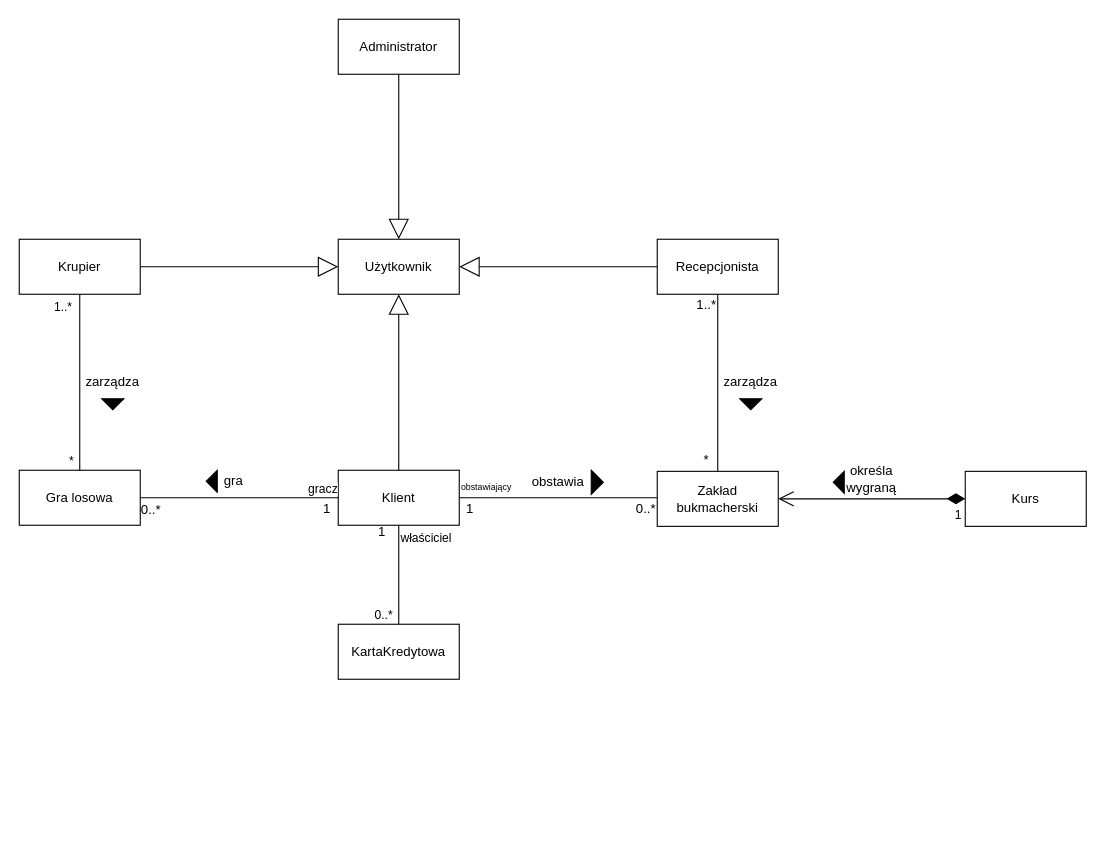
Earlier version of the draw.io diagram cw5/DiagramKlasKonceptualny.drawio (TISharker/PSI_Projekt). Source tidied: cells renumbered, new cells numbered last; positions are measured from the earlier drawing's top-left corner, leaving out a move shared by most shapes. Both pictures are drawn from the tidied source at 110%, with x=0, y=0 at pixel (19, 19).
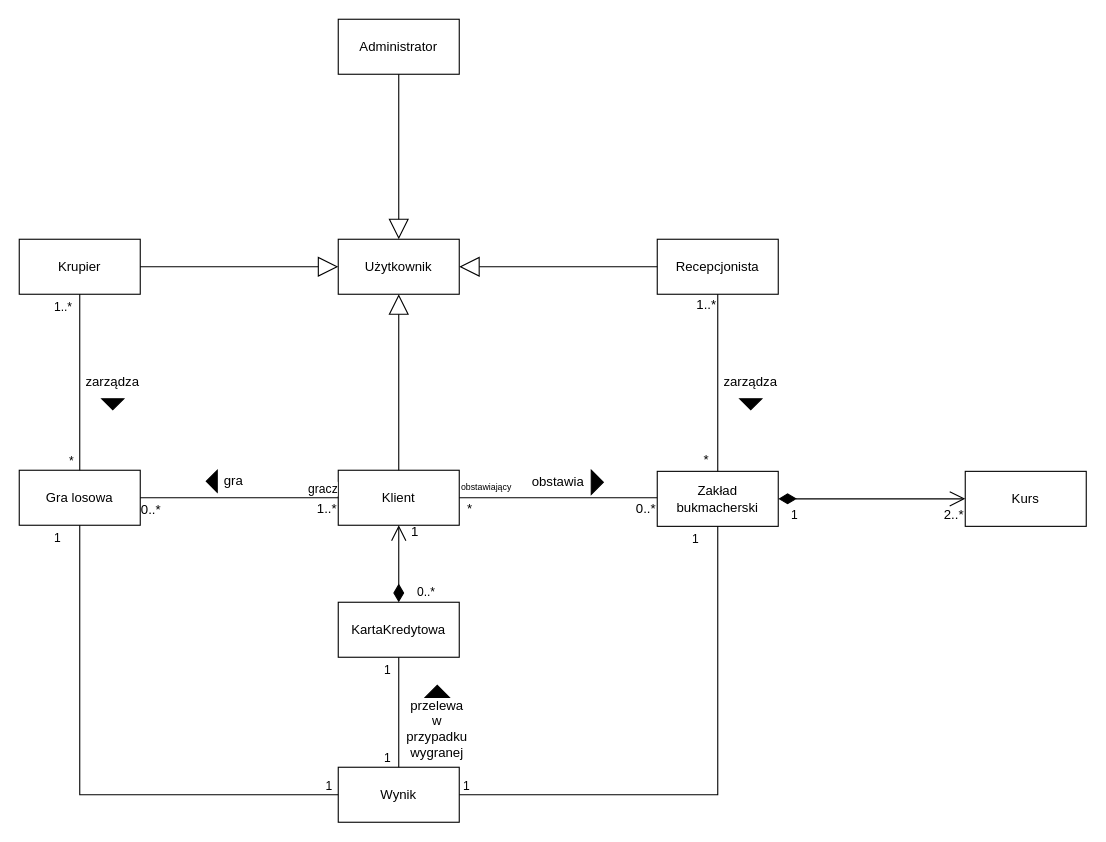
The same diagram, later.

The change refers to these unchanged cells:
```xml
<mxCell id="3" value="Klient" style="html=1;whiteSpace=wrap;" parent="1" vertex="1">
  <mxGeometry x="290" y="410" width="110" height="50" as="geometry" />
</mxCell>
<mxCell id="16" value="Zakład bukmacherski" style="html=1;whiteSpace=wrap;" parent="1" vertex="1">
  <mxGeometry x="580" y="411" width="110" height="50" as="geometry" />
</mxCell>
<mxCell id="23" value="Gra losowa" style="html=1;whiteSpace=wrap;" parent="1" vertex="1">
  <mxGeometry y="410" width="110" height="50" as="geometry" />
</mxCell>
<mxCell id="33" value="Kurs" style="html=1;whiteSpace=wrap;" parent="1" vertex="1">
  <mxGeometry x="860" y="411" width="110" height="50" as="geometry" />
</mxCell>
```

The edit, as a diff of the source:
```diff
@@
-    <mxCell id="13" value="1" style="text;html=1;align=center;verticalAlign=middle;whiteSpace=wrap;rounded=0;" parent="1" vertex="1">
+    <mxCell id="13" value="*" style="text;html=1;align=center;verticalAlign=middle;whiteSpace=wrap;rounded=0;" parent="1" vertex="1">
       <mxGeometry x="400" y="440" width="20" height="10" as="geometry" />
     </mxCell>
@@
     <mxCell id="34" value="KartaKredytowa" style="html=1;whiteSpace=wrap;" parent="1" vertex="1">
-      <mxGeometry x="290" y="550" width="110" height="50" as="geometry" />
+      <mxGeometry x="290" y="530" width="110" height="50" as="geometry" />
     </mxCell>
     <mxCell id="35" value="1" style="text;html=1;align=center;verticalAlign=middle;whiteSpace=wrap;rounded=0;" parent="1" vertex="1">
-      <mxGeometry x="320" y="461" width="20" height="10" as="geometry" />
+      <mxGeometry x="350" y="461" width="20" height="10" as="geometry" />
     </mxCell>
-    <mxCell id="36" style="endArrow=none;html=1;edgeStyle=orthogonalEdgeStyle;rounded=0;exitX=0.5;exitY=1;exitDx=0;exitDy=0;entryX=0.5;entryY=0;entryDx=0;entryDy=0;" parent="1" edge="1" source="3" target="34">
-      <mxGeometry relative="1" as="geometry" />
-    </mxCell>
-    <mxCell id="37" value="właściciel" style="edgeLabel;html=1;align=left;verticalAlign=bottom;" parent="36" vertex="1">
-      <mxGeometry x="-1" relative="1" as="geometry">
-        <mxPoint y="20" as="offset" />
-      </mxGeometry>
-    </mxCell>
-    <mxCell id="38" value="0..*" style="edgeLabel;html=1;align=right;verticalAlign=bottom;" parent="36" vertex="1">
-      <mxGeometry x="1" relative="1" as="geometry">
-        <mxPoint x="-5" as="offset" />
-      </mxGeometry>
-    </mxCell>
-    <mxCell id="39" value="1" style="endArrow=open;html=1;endSize=12;startArrow=diamondThin;startSize=14;startFill=1;edgeStyle=orthogonalEdgeStyle;align=left;verticalAlign=bottom;rounded=0;entryX=1;entryY=0.5;entryDx=0;entryDy=0;exitX=0;exitY=0.5;exitDx=0;exitDy=0;" parent="1" edge="1" source="33" target="16">
-      <mxGeometry x="-0.87" y="24" relative="1" as="geometry" />
+    <mxCell id="39" value="1" style="endArrow=open;html=1;endSize=12;startArrow=diamondThin;startSize=14;startFill=1;edgeStyle=orthogonalEdgeStyle;align=left;verticalAlign=bottom;rounded=0;exitX=1;exitY=0.5;exitDx=0;exitDy=0;entryX=0;entryY=0.5;entryDx=0;entryDy=0;" parent="1" edge="1" source="16" target="33">
+      <mxGeometry x="-0.88" y="-24" relative="1" as="geometry" />
     </mxCell>
-    <mxCell id="40" style="triangle;fillColor=strokeColor;rotation=-180;" parent="1" vertex="1">
-      <mxGeometry x="740" y="411" width="10" height="20" as="geometry" />
-    </mxCell>
-    <mxCell id="41" value="określa wygraną" style="text;html=1;align=center;verticalAlign=middle;whiteSpace=wrap;rounded=0;" parent="1" vertex="1">
-      <mxGeometry x="750" y="406" width="50" height="24" as="geometry" />
-    </mxCell>
-    <mxCell id="42" value="1" style="text;html=1;align=center;verticalAlign=middle;whiteSpace=wrap;rounded=0;" parent="1" vertex="1">
+    <mxCell id="42" value="1..*" style="text;html=1;align=center;verticalAlign=middle;whiteSpace=wrap;rounded=0;" parent="1" vertex="1">
       <mxGeometry x="270" y="440" width="20" height="10" as="geometry" />
     </mxCell>
@@
+    <mxCell id="44" value="2..*" style="text;html=1;align=center;verticalAlign=middle;whiteSpace=wrap;rounded=0;" parent="1" vertex="1">
+      <mxGeometry x="820" y="436" width="60" height="30" as="geometry" />
+    </mxCell>
+    <mxCell id="45" value="Wynik" style="html=1;whiteSpace=wrap;" parent="1" vertex="1">
+      <mxGeometry x="290" y="680" width="110" height="50" as="geometry" />
+    </mxCell>
+    <mxCell id="46" style="endArrow=none;html=1;edgeStyle=orthogonalEdgeStyle;rounded=0;exitX=0.5;exitY=1;exitDx=0;exitDy=0;entryX=0;entryY=0.5;entryDx=0;entryDy=0;" parent="1" edge="1" source="23" target="45">
+      <mxGeometry relative="1" as="geometry" />
+    </mxCell>
+    <mxCell id="47" value="1" style="edgeLabel;html=1;align=left;verticalAlign=bottom;" parent="46" vertex="1">
+      <mxGeometry x="-1" relative="1" as="geometry">
+        <mxPoint x="-25" y="20" as="offset" />
+      </mxGeometry>
+    </mxCell>
+    <mxCell id="48" value="1" style="edgeLabel;html=1;align=right;verticalAlign=bottom;" parent="46" vertex="1">
+      <mxGeometry x="1" relative="1" as="geometry">
+        <mxPoint x="-5" as="offset" />
+      </mxGeometry>
+    </mxCell>
+    <mxCell id="49" value="1" style="edgeLabel;html=1;align=left;verticalAlign=bottom;" parent="46" vertex="1">
+      <mxGeometry x="-1" relative="1" as="geometry">
+        <mxPoint x="275" y="220" as="offset" />
+      </mxGeometry>
+    </mxCell>
+    <mxCell id="50" value="1" style="edgeLabel;html=1;align=left;verticalAlign=bottom;" parent="46" vertex="1">
+      <mxGeometry x="-1" relative="1" as="geometry">
+        <mxPoint x="275" y="140" as="offset" />
+      </mxGeometry>
+    </mxCell>
+    <mxCell id="51" style="endArrow=none;html=1;edgeStyle=orthogonalEdgeStyle;rounded=0;exitX=0.5;exitY=1;exitDx=0;exitDy=0;entryX=1;entryY=0.5;entryDx=0;entryDy=0;" parent="1" edge="1" source="16" target="45">
+      <mxGeometry relative="1" as="geometry" />
+    </mxCell>
+    <mxCell id="52" value="1" style="edgeLabel;html=1;align=left;verticalAlign=bottom;" parent="51" vertex="1">
+      <mxGeometry x="-1" relative="1" as="geometry">
+        <mxPoint x="-25" y="20" as="offset" />
+      </mxGeometry>
+    </mxCell>
+    <mxCell id="53" value="1" style="edgeLabel;html=1;align=right;verticalAlign=bottom;" parent="51" vertex="1">
+      <mxGeometry x="1" relative="1" as="geometry">
+        <mxPoint x="10" as="offset" />
+      </mxGeometry>
+    </mxCell>
+    <mxCell id="54" style="endArrow=none;html=1;rounded=0;entryX=0.5;entryY=1;entryDx=0;entryDy=0;exitX=0.5;exitY=0;exitDx=0;exitDy=0;" parent="1" edge="1" source="45" target="34">
+      <mxGeometry relative="1" as="geometry" />
+    </mxCell>
+    <mxCell id="55" value="przelewa w przypadku wygranej" style="text;html=1;align=center;verticalAlign=middle;whiteSpace=wrap;rounded=0;" parent="1" vertex="1">
+      <mxGeometry x="360" y="640" width="40" height="10" as="geometry" />
+    </mxCell>
+    <mxCell id="56" style="triangle;fillColor=strokeColor;rotation=-90;" parent="1" vertex="1">
+      <mxGeometry x="374.5" y="600" width="11" height="22" as="geometry" />
+    </mxCell>
+    <mxCell id="38" value="0..*" style="endArrow=open;html=1;endSize=12;startArrow=diamondThin;startSize=14;startFill=1;edgeStyle=orthogonalEdgeStyle;align=left;verticalAlign=bottom;rounded=0;exitX=0.5;exitY=0;exitDx=0;exitDy=0;entryX=0.5;entryY=1;entryDx=0;entryDy=0;" parent="1" edge="1" source="34" target="3">
+      <mxGeometry x="-1" y="-15" relative="1" as="geometry" />
+    </mxCell>
```
